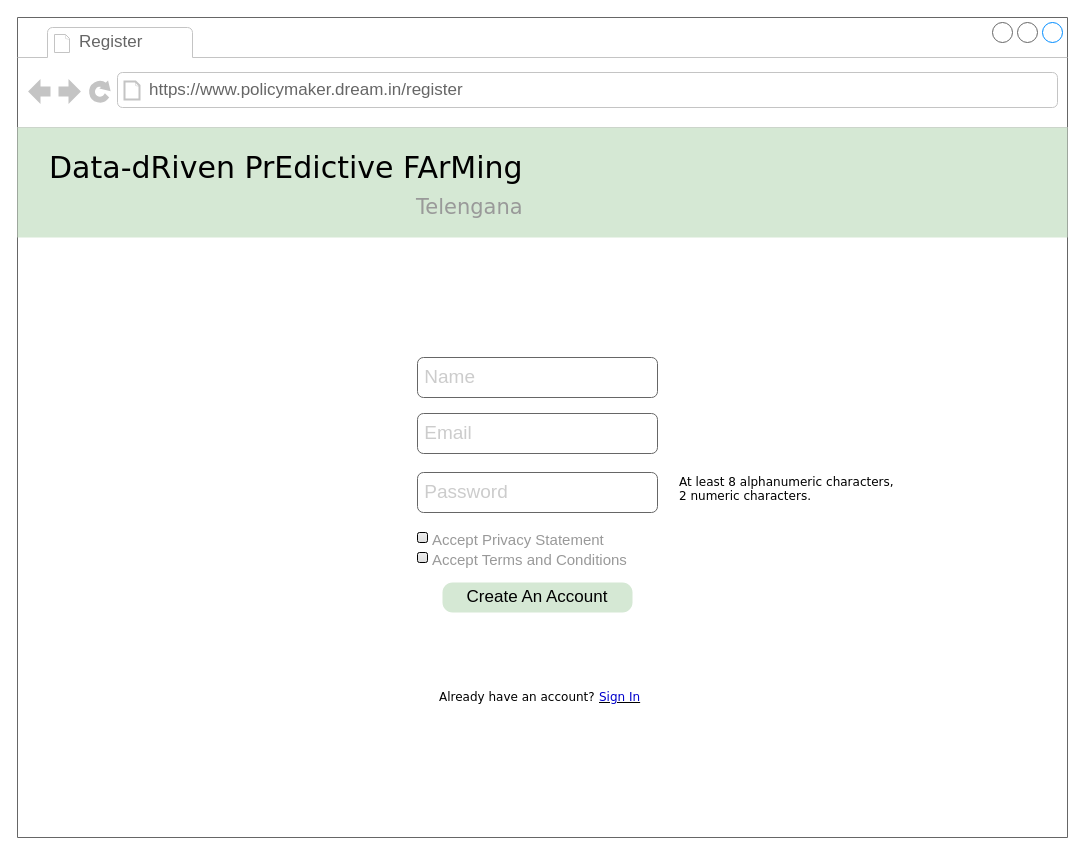
Before: page "pm-register" (2 of 12) of RASD/diagrams/User Interface.drawio in ictar/DREAM-SE2-Project-2022, a draw.io diagram. Source tidied: cells renumbered, new cells numbered last; positions are measured from the earlier drawing's top-left corner, leaving out a move shared by most shapes. Both pictures are drawn from the tidied source at 100%, with x=0, y=0 at pixel (17, 17).
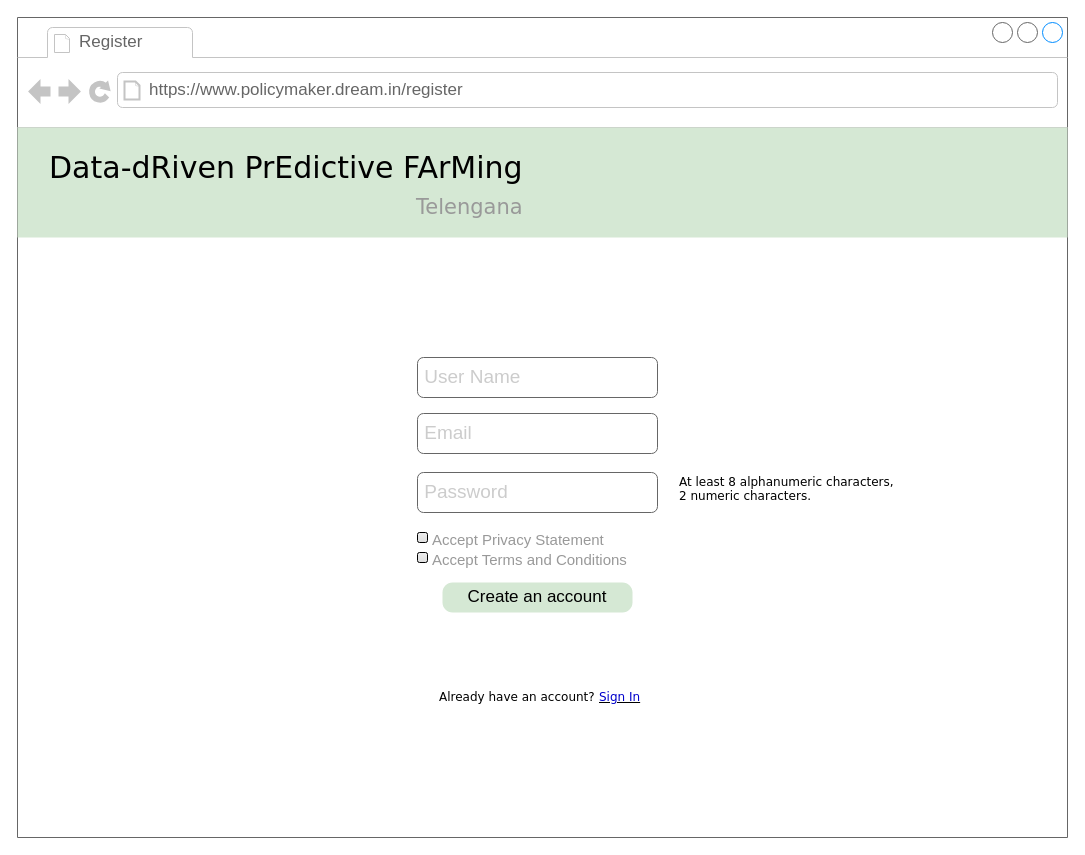
The same diagram, later.

The edit, as a diff of the source:
```diff
@@
 <mxGraphModel background="#ffffff">
   <root>
     <mxCell id="0" />
     <mxCell id="1" parent="0" />
     <mxCell id="2" style="strokeWidth=1;shadow=0;dashed=0;align=center;html=1;shape=mxgraph.mockup.containers.browserWindow;rSize=0;strokeColor=#666666;mainText=,;rounded=0;labelBackgroundColor=none;fontFamily=Verdana;fontSize=12;" parent="1" vertex="1">
       <mxGeometry width="1050" height="820" as="geometry" />
     </mxCell>
     <mxCell id="3" value="Register" style="strokeWidth=1;shadow=0;dashed=0;align=center;html=1;shape=mxgraph.mockup.containers.anchor;fontSize=17;fontColor=#666666;align=left;" parent="2" vertex="1">
       <mxGeometry x="60" y="12" width="110" height="26" as="geometry" />
     </mxCell>
     <mxCell id="4" value="https://www.policymaker.dream.in/register" style="strokeWidth=1;shadow=0;dashed=0;align=center;html=1;shape=mxgraph.mockup.containers.anchor;rSize=0;fontSize=17;fontColor=#666666;align=left;" parent="2" vertex="1">
       <mxGeometry x="130" y="60" width="250" height="26" as="geometry" />
     </mxCell>
-    <mxCell id="5" value="Create An Account" style="strokeWidth=1;shadow=0;dashed=0;align=center;html=1;shape=mxgraph.mockup.buttons.button;strokeColor=none;mainText=;buttonStyle=round;fontSize=17;fontStyle=0;fillColor=#d5e8d4;whiteSpace=wrap;rounded=0;labelBackgroundColor=none;" parent="2" vertex="1">
+    <mxCell id="5" value="Create an account" style="strokeWidth=1;shadow=0;dashed=0;align=center;html=1;shape=mxgraph.mockup.buttons.button;strokeColor=none;mainText=;buttonStyle=round;fontSize=17;fontStyle=0;fillColor=#d5e8d4;whiteSpace=wrap;rounded=0;labelBackgroundColor=none;" parent="2" vertex="1">
       <mxGeometry x="425" y="565" width="190" height="30" as="geometry" />
     </mxCell>
     <mxCell id="6" value="&lt;font style=&quot;font-size: 19px&quot; color=&quot;#cccccc&quot;&gt;&amp;nbsp;Email&lt;/font&gt;" style="rounded=1;whiteSpace=wrap;html=1;fillColor=none;fontColor=#333333;strokeColor=#666666;align=left;" parent="2" vertex="1">
       <mxGeometry x="400" y="396" width="240" height="40" as="geometry" />
     </mxCell>
     <mxCell id="7" value="&lt;font style=&quot;font-size: 19px&quot; color=&quot;#cccccc&quot;&gt;&amp;nbsp;Password&lt;/font&gt;" style="rounded=1;whiteSpace=wrap;html=1;fillColor=none;fontColor=#333333;strokeColor=#666666;align=left;" parent="2" vertex="1">
       <mxGeometry x="400" y="455" width="240" height="40" as="geometry" />
     </mxCell>
     <mxCell id="8" value="Already have an account?" style="text;html=1;align=left;verticalAlign=top;spacingTop=-4;fontSize=12;fontFamily=Verdana;whiteSpace=wrap;" parent="2" vertex="1">
       <mxGeometry x="420" y="670" width="160" height="20" as="geometry" />
     </mxCell>
     <mxCell id="9" value="&lt;u&gt;&lt;font color=&quot;#0000cc&quot;&gt;Sign In&lt;/font&gt;&lt;/u&gt;" style="text;html=1;align=left;verticalAlign=top;spacingTop=-4;fontSize=12;fontFamily=Verdana;whiteSpace=wrap;" parent="2" vertex="1">
       <mxGeometry x="580" y="670" width="160" height="20" as="geometry" />
     </mxCell>
     <mxCell id="10" style="rounded=0;whiteSpace=wrap;html=1;fontSize=21;fillColor=#d5e8d4;strokeColor=none;" parent="2" vertex="1">
       <mxGeometry y="110" width="1050" height="110" as="geometry" />
     </mxCell>
     <mxCell id="11" value="Data-dRiven PrEdictive FArMing&lt;br&gt;&lt;div style=&quot;text-align: right&quot;&gt;&lt;font style=&quot;font-size: 21px&quot; color=&quot;#999999&quot;&gt;Telengana&lt;/font&gt;&lt;/div&gt;" style="text;html=1;align=left;verticalAlign=top;spacingTop=-4;fontSize=30;fontFamily=Verdana;" parent="2" vertex="1">
       <mxGeometry x="30" y="130" width="480" height="50" as="geometry" />
     </mxCell>
-    <mxCell id="12" value="&lt;font style=&quot;font-size: 19px&quot; color=&quot;#cccccc&quot;&gt;&amp;nbsp;Name&lt;/font&gt;" style="rounded=1;whiteSpace=wrap;html=1;fillColor=none;fontColor=#333333;strokeColor=#666666;align=left;" parent="2" vertex="1">
+    <mxCell id="12" value="&lt;font style=&quot;font-size: 19px&quot; color=&quot;#cccccc&quot;&gt;&amp;nbsp;User Name&lt;/font&gt;" style="rounded=1;whiteSpace=wrap;html=1;fillColor=none;fontColor=#333333;strokeColor=#666666;align=left;" parent="2" vertex="1">
       <mxGeometry x="400" y="340" width="240" height="40" as="geometry" />
     </mxCell>
     <mxCell id="13" value="At least 8 alphanumeric characters, 2 numeric characters." style="text;html=1;align=left;verticalAlign=top;spacingTop=-4;fontSize=12;fontFamily=Verdana;whiteSpace=wrap;" parent="2" vertex="1">
       <mxGeometry x="660" y="455" width="220" height="40" as="geometry" />
     </mxCell>
     <mxCell id="14" value="&lt;font style=&quot;font-size: 15px&quot; color=&quot;#999999&quot;&gt;Accept Terms and Conditions&lt;/font&gt;" style="html=1;shadow=0;dashed=0;shape=mxgraph.bootstrap.checkbox2;labelPosition=right;verticalLabelPosition=middle;align=left;verticalAlign=middle;gradientColor=#DEDEDE;fillColor=#EDEDED;checked=0;spacing=5;fontColor=#6C767D;checkedFill=#0085FC;checkedStroke=#ffffff;sketch=0;fontSize=21;" parent="2" vertex="1">
       <mxGeometry x="400" y="535" width="10" height="10" as="geometry" />
     </mxCell>
     <mxCell id="15" value="&lt;span style=&quot;font-size: 15px&quot;&gt;&lt;font color=&quot;#999999&quot;&gt;Accept Privacy Statement&lt;/font&gt;&lt;/span&gt;" style="html=1;shadow=0;dashed=0;shape=mxgraph.bootstrap.checkbox2;labelPosition=right;verticalLabelPosition=middle;align=left;verticalAlign=middle;gradientColor=#DEDEDE;fillColor=#EDEDED;checked=0;spacing=5;fontColor=#6C767D;checkedFill=#0085FC;checkedStroke=#ffffff;sketch=0;fontSize=21;" parent="2" vertex="1">
       <mxGeometry x="400" y="515" width="10" height="10" as="geometry" />
     </mxCell>
   </root>
 </mxGraphModel>
```
